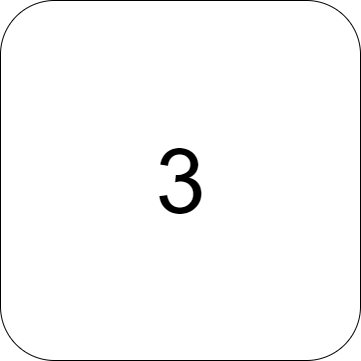
Above: Rush Hour Main/assets/MapButtons/3(A).png in zintom69/Game-Rush-Hour (draw.io), before the change. Source tidied: cells renumbered, new cells last; positions are measured from the earlier drawing's top-left corner, leaving out a move shared by most shapes.
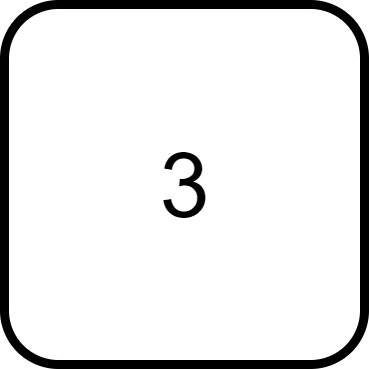
Later version of the same file.

The edit, as a diff of the source:
```diff
@@ -2,7 +2,7 @@
   <root>
     <mxCell id="0" />
     <mxCell id="1" parent="0" />
-    <mxCell id="2" value="&lt;font style=&quot;font-size: 90px;&quot;&gt;3&lt;/font&gt;" style="rounded=1;whiteSpace=wrap;html=1;" parent="1" vertex="1">
+    <mxCell id="2" value="&lt;span style=&quot;font-size: 90px;&quot;&gt;3&lt;/span&gt;" style="rounded=1;whiteSpace=wrap;html=1;strokeWidth=9;" parent="1" vertex="1">
       <mxGeometry width="360" height="360" as="geometry" />
     </mxCell>
   </root>
```
